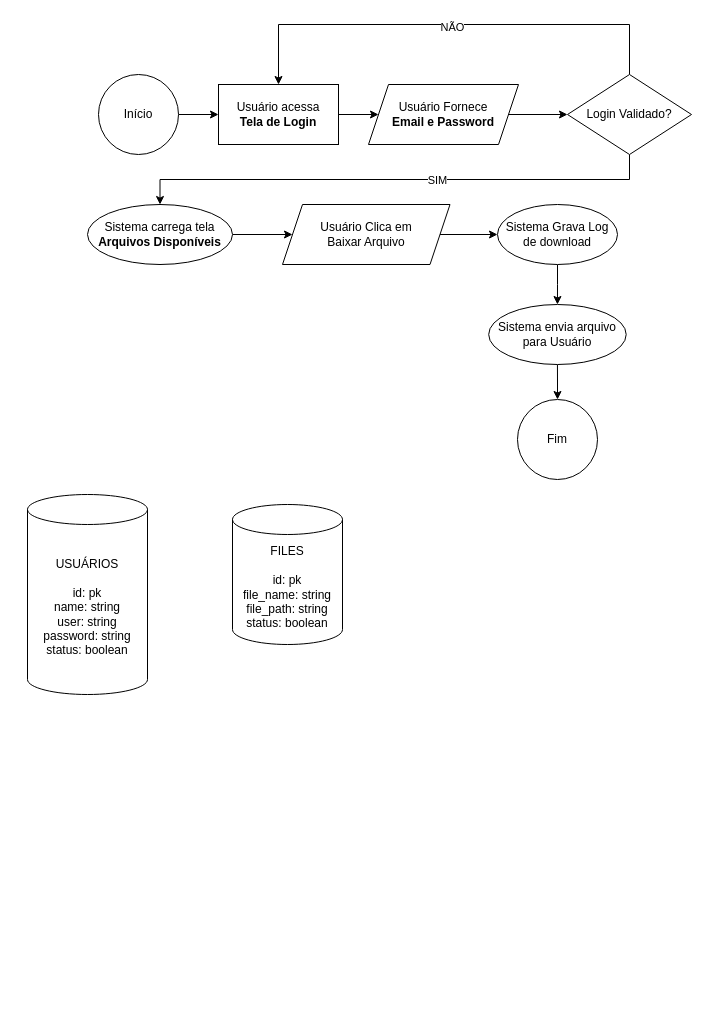
Above: FileManager.drawio in lipex360x/draw.io (draw.io), before the change. Source tidied: cells renumbered, new cells numbered last; positions are measured from the earlier drawing's top-left corner, leaving out a move shared by most shapes. Both pictures are drawn from the tidied source at 100%, with x=0, y=0 at pixel (27, 24).
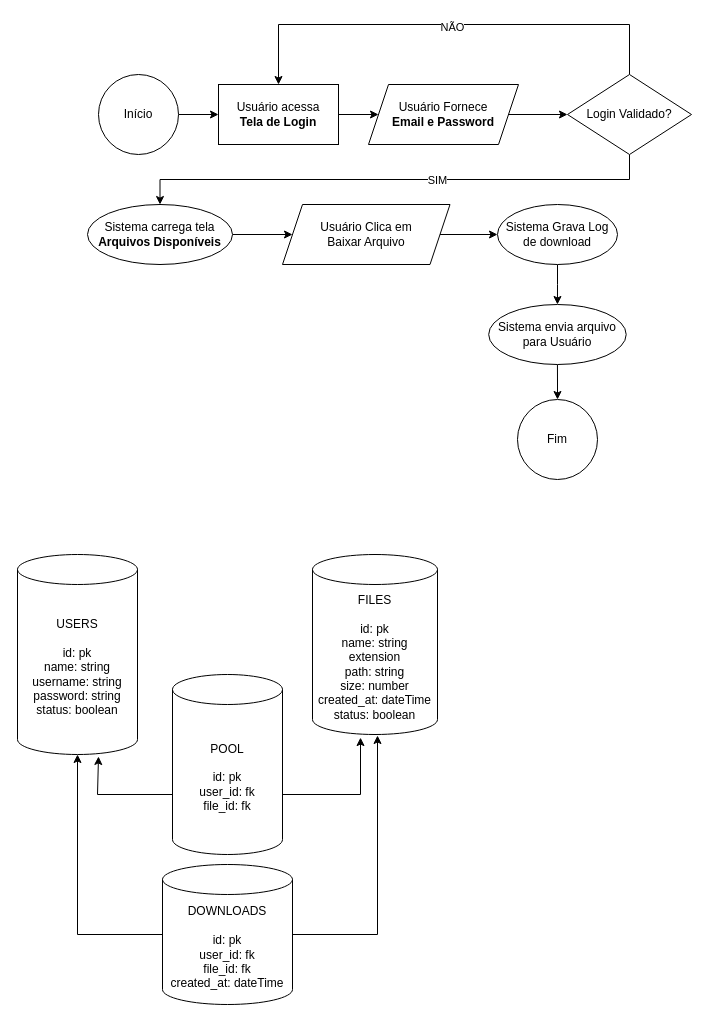
The same page after the edit.

What changed in the source:
```diff
@@
-    <mxCell id="2" value="&lt;span style=&quot;&quot;&gt;FILES&lt;br&gt;&lt;br&gt;id: pk&lt;/span&gt;&lt;br style=&quot;&quot;&gt;&lt;span style=&quot;&quot;&gt;file_name: string&lt;/span&gt;&lt;br style=&quot;&quot;&gt;&lt;span style=&quot;&quot;&gt;file_path: string&lt;/span&gt;&lt;br style=&quot;&quot;&gt;&lt;span style=&quot;&quot;&gt;status: boolean&lt;/span&gt;" style="shape=cylinder3;whiteSpace=wrap;html=1;boundedLbl=1;backgroundOutline=1;size=15;" parent="1" vertex="1">
-      <mxGeometry x="205" y="480" width="110" height="140" as="geometry" />
+    <mxCell id="2" value="&lt;span style=&quot;&quot;&gt;FILES&lt;br&gt;&lt;br&gt;id: pk&lt;/span&gt;&lt;br style=&quot;&quot;&gt;&lt;span style=&quot;&quot;&gt;name: string&lt;br&gt;&lt;/span&gt;extension&lt;br style=&quot;&quot;&gt;&lt;span style=&quot;&quot;&gt;path: string&lt;br&gt;&lt;/span&gt;size: number&lt;br&gt;created_at: dateTime&lt;br style=&quot;&quot;&gt;&lt;span style=&quot;&quot;&gt;status: boolean&lt;/span&gt;" style="shape=cylinder3;whiteSpace=wrap;html=1;boundedLbl=1;backgroundOutline=1;size=15;" parent="1" vertex="1">
+      <mxGeometry x="285" y="530" width="125" height="180" as="geometry" />
     </mxCell>
@@
-    <mxCell id="23" value="USUÁRIOS&lt;br&gt;&lt;br&gt;id: pk&lt;br&gt;name: string&lt;br&gt;user: string&lt;br&gt;password: string&lt;br&gt;status: boolean" style="shape=cylinder3;whiteSpace=wrap;html=1;boundedLbl=1;backgroundOutline=1;size=15;" parent="1" vertex="1">
-      <mxGeometry y="470" width="120" height="200" as="geometry" />
+    <mxCell id="23" value="USERS&lt;br&gt;&lt;br&gt;id: pk&lt;br&gt;name: string&lt;br&gt;username: string&lt;br&gt;password: string&lt;br&gt;status: boolean" style="shape=cylinder3;whiteSpace=wrap;html=1;boundedLbl=1;backgroundOutline=1;size=15;" parent="1" vertex="1">
+      <mxGeometry x="-10" y="530" width="120" height="200" as="geometry" />
     </mxCell>
+    <mxCell id="24" style="edgeStyle=orthogonalEdgeStyle;rounded=0;jettySize=auto;html=1;entryX=0.5;entryY=1;entryDx=0;entryDy=0;entryPerimeter=0;" parent="1" edge="1" source="26" target="23">
+      <mxGeometry relative="1" as="geometry" />
+    </mxCell>
+    <mxCell id="25" style="edgeStyle=orthogonalEdgeStyle;rounded=0;jettySize=auto;html=1;exitX=1;exitY=0.5;exitDx=0;exitDy=0;exitPerimeter=0;" parent="1" edge="1" source="26">
+      <mxGeometry relative="1" as="geometry">
+        <mxPoint x="350" y="711" as="targetPoint" />
+        <Array as="points">
+          <mxPoint x="350" y="910" />
+        </Array>
+      </mxGeometry>
+    </mxCell>
+    <mxCell id="26" value="&lt;span style=&quot;&quot;&gt;DOWNLOADS&lt;br&gt;&lt;br&gt;id: pk&lt;br&gt;&lt;/span&gt;&lt;span style=&quot;&quot;&gt;user_id: fk&lt;/span&gt;&lt;br style=&quot;&quot;&gt;&lt;span style=&quot;&quot;&gt;file_id: fk&lt;br&gt;created_at: dateTime&lt;br&gt;&lt;/span&gt;" style="shape=cylinder3;whiteSpace=wrap;html=1;boundedLbl=1;backgroundOutline=1;size=15;" parent="1" vertex="1">
+      <mxGeometry x="135" y="840" width="130" height="140" as="geometry" />
+    </mxCell>
+    <mxCell id="27" style="edgeStyle=orthogonalEdgeStyle;rounded=0;jettySize=auto;html=1;entryX=0.675;entryY=1.01;entryDx=0;entryDy=0;entryPerimeter=0;" parent="1" edge="1" source="29" target="23">
+      <mxGeometry relative="1" as="geometry">
+        <Array as="points">
+          <mxPoint x="70" y="770" />
+        </Array>
+      </mxGeometry>
+    </mxCell>
+    <mxCell id="28" style="edgeStyle=orthogonalEdgeStyle;rounded=0;jettySize=auto;html=1;entryX=0.384;entryY=1.017;entryDx=0;entryDy=0;entryPerimeter=0;" parent="1" edge="1" source="29" target="2">
+      <mxGeometry relative="1" as="geometry">
+        <Array as="points">
+          <mxPoint x="333" y="770" />
+        </Array>
+      </mxGeometry>
+    </mxCell>
+    <mxCell id="29" value="&lt;span style=&quot;&quot;&gt;POOL&lt;br&gt;&lt;br&gt;id: pk&lt;/span&gt;&lt;br style=&quot;&quot;&gt;user_id: fk&lt;br&gt;file_id: fk" style="shape=cylinder3;whiteSpace=wrap;html=1;boundedLbl=1;backgroundOutline=1;size=15;" parent="1" vertex="1">
+      <mxGeometry x="145" y="650" width="110" height="180" as="geometry" />
+    </mxCell>
```
